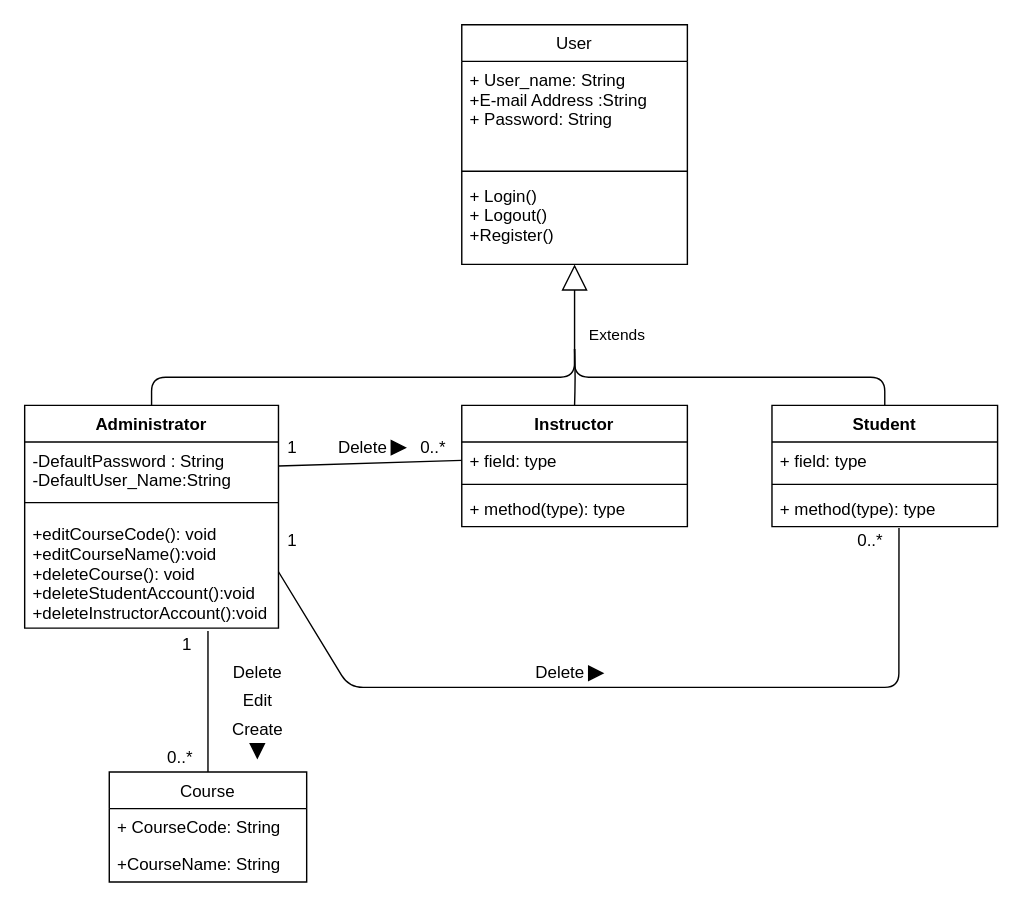
Above: SEG2105_Project.drawio in Ze-48346/SEG2105_Project_Work (draw.io), before the change. Source tidied: cells renumbered, new cells numbered last; positions are measured from the earlier drawing's top-left corner, leaving out a move shared by most shapes. Both pictures are drawn from the tidied source at 141%, with x=0, y=0 at pixel (24, 24).
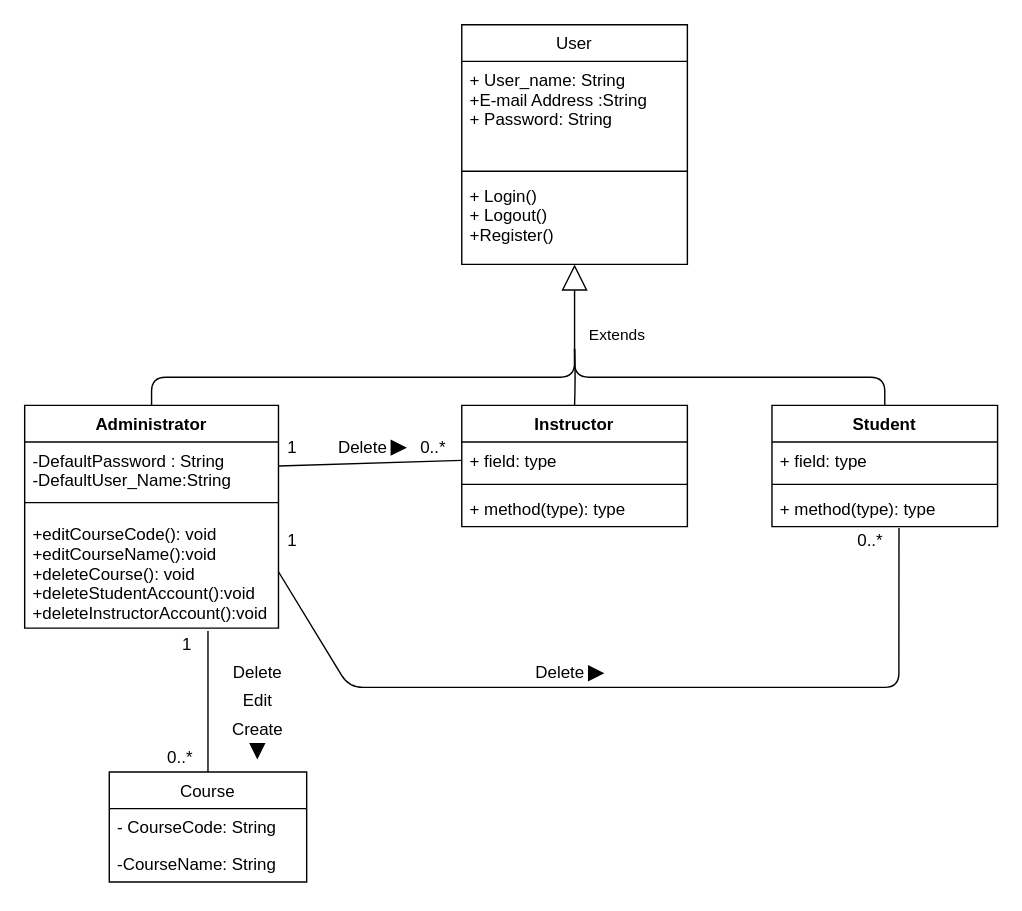
The same diagram, later.

The change refers to these unchanged cells:
```xml
<mxCell id="21" value="Course" style="swimlane;fontStyle=0;horizontal=1;startSize=26;fillColor=none;" parent="1" vertex="1">
  <mxGeometry x="60" y="530" width="140" height="78" as="geometry" />
</mxCell>
```

Diff of the diagram source:
```diff
@@
-    <mxCell id="22" value="+ CourseCode: String" style="text;strokeColor=none;fillColor=none;align=left;verticalAlign=top;spacingLeft=4;spacingRight=4;overflow=hidden;" parent="21" vertex="1">
+    <mxCell id="22" value="- CourseCode: String" style="text;strokeColor=none;fillColor=none;align=left;verticalAlign=top;spacingLeft=4;spacingRight=4;overflow=hidden;" parent="21" vertex="1">
       <mxGeometry y="26" width="140" height="26" as="geometry" />
     </mxCell>
-    <mxCell id="23" value="+CourseName: String &#10;" style="text;strokeColor=none;fillColor=none;align=left;verticalAlign=top;spacingLeft=4;spacingRight=4;overflow=hidden;" parent="21" vertex="1">
+    <mxCell id="23" value="-CourseName: String &#10;" style="text;strokeColor=none;fillColor=none;align=left;verticalAlign=top;spacingLeft=4;spacingRight=4;overflow=hidden;" parent="21" vertex="1">
       <mxGeometry y="52" width="140" height="26" as="geometry" />
     </mxCell>
```
